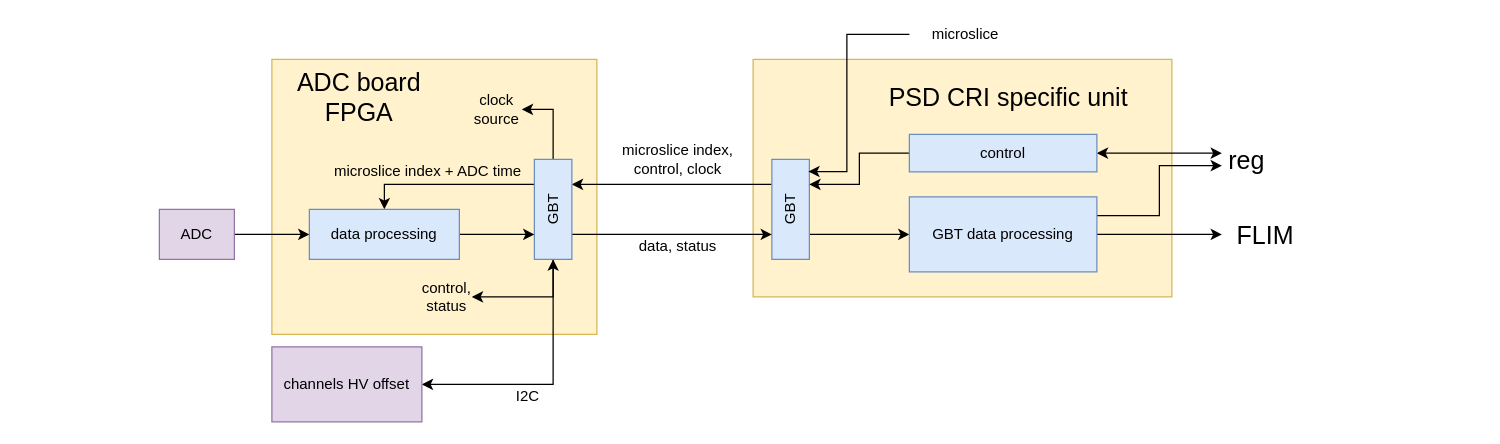
dfinogee/PSD-readout-manual keeps this draw.io diagram as CRI_PSD_spec.drawio. Above is the earlier version. Source tidied: cells renumbered, new cells numbered last; positions are measured from the earlier drawing's top-left corner, leaving out a move shared by most shapes. Both pictures are drawn from the tidied source at 125%, with x=0, y=0 at pixel (159, 21).
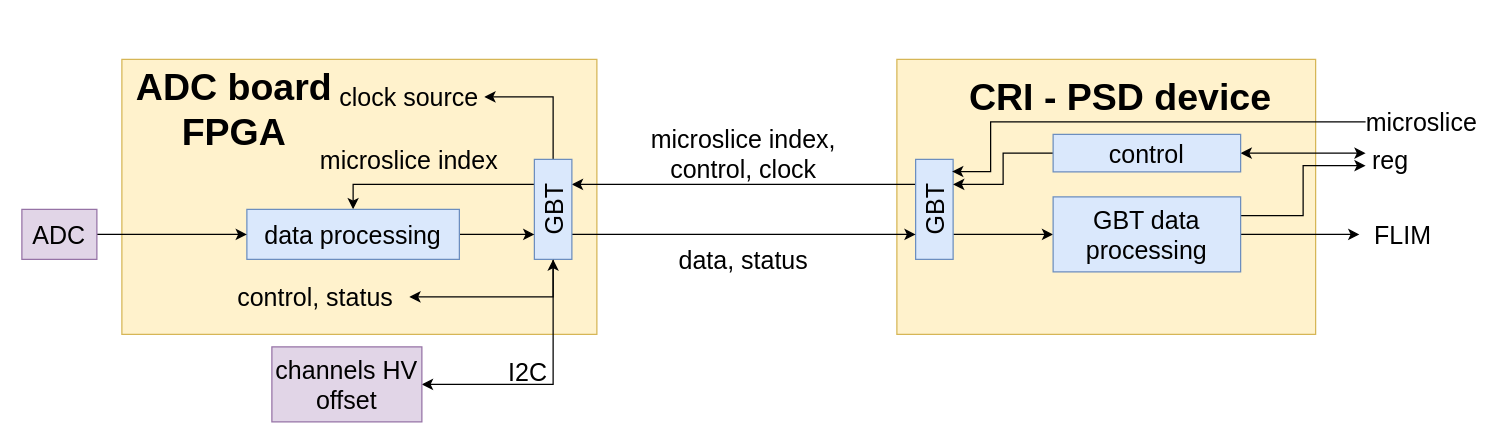
Above is the later version.

Commit message (it also covers changes not shown here):
ADC-CRI control strategy and communication described

What changed in the source:
```diff
@@
-    <mxCell id="2" style="rounded=0;whiteSpace=wrap;html=1;fontSize=12;fillColor=#fff2cc;strokeColor=#d6b656;" parent="1" vertex="1">
-      <mxGeometry x="475" y="30" width="335" height="190" as="geometry" />
+    <mxCell id="2" style="rounded=0;whiteSpace=wrap;html=1;fontSize=20;fillColor=#fff2cc;strokeColor=#d6b656;" parent="1" vertex="1">
+      <mxGeometry x="590" y="30" width="335" height="220" as="geometry" />
     </mxCell>
-    <mxCell id="3" style="rounded=0;whiteSpace=wrap;html=1;fillColor=#fff2cc;strokeColor=#d6b656;" parent="1" vertex="1">
-      <mxGeometry x="90" y="30" width="260" height="220" as="geometry" />
+    <mxCell id="3" style="rounded=0;whiteSpace=wrap;html=1;fillColor=#fff2cc;strokeColor=#d6b656;fontSize=20;" parent="1" vertex="1">
+      <mxGeometry x="-30" y="30" width="380" height="220" as="geometry" />
     </mxCell>
-    <mxCell id="4" style="edgeStyle=orthogonalEdgeStyle;rounded=0;jettySize=auto;html=1;exitX=0.75;exitY=0;exitDx=0;exitDy=0;entryX=0.75;entryY=1;entryDx=0;entryDy=0;" parent="1" edge="1" source="6" target="11">
+    <mxCell id="4" style="edgeStyle=orthogonalEdgeStyle;rounded=0;jettySize=auto;html=1;exitX=0.75;exitY=0;exitDx=0;exitDy=0;entryX=0.75;entryY=1;entryDx=0;entryDy=0;fontSize=20;" parent="1" edge="1" source="6" target="11">
       <mxGeometry relative="1" as="geometry" />
     </mxCell>
-    <mxCell id="5" style="edgeStyle=orthogonalEdgeStyle;rounded=0;jettySize=auto;html=1;exitX=0.25;exitY=1;exitDx=0;exitDy=0;startArrow=none;startFill=0;fontSize=12;" parent="1" edge="1" source="6" target="27">
+    <mxCell id="5" style="edgeStyle=orthogonalEdgeStyle;rounded=0;jettySize=auto;html=1;exitX=0.25;exitY=1;exitDx=0;exitDy=0;startArrow=none;startFill=0;fontSize=20;" parent="1" edge="1" source="6" target="27">
       <mxGeometry relative="1" as="geometry" />
     </mxCell>
-    <mxCell id="6" value="GBT" style="rounded=0;whiteSpace=wrap;html=1;rotation=-90;fillColor=#dae8fc;strokeColor=#6c8ebf;" parent="1" vertex="1">
-      <mxGeometry x="465" y="135" width="80" height="30" as="geometry" />
+    <mxCell id="6" value="GBT" style="rounded=0;whiteSpace=wrap;html=1;rotation=-90;fillColor=#dae8fc;strokeColor=#6c8ebf;fontSize=20;" parent="1" vertex="1">
+      <mxGeometry x="580" y="135" width="80" height="30" as="geometry" />
     </mxCell>
-    <mxCell id="7" style="edgeStyle=orthogonalEdgeStyle;rounded=0;jettySize=auto;html=1;exitX=0.25;exitY=1;exitDx=0;exitDy=0;entryX=0.25;entryY=0;entryDx=0;entryDy=0;" parent="1" edge="1" source="11" target="6">
+    <mxCell id="7" style="edgeStyle=orthogonalEdgeStyle;rounded=0;jettySize=auto;html=1;exitX=0.25;exitY=1;exitDx=0;exitDy=0;entryX=0.25;entryY=0;entryDx=0;entryDy=0;fontSize=20;" parent="1" edge="1" source="11" target="6">
       <mxGeometry relative="1" as="geometry" />
     </mxCell>
-    <mxCell id="8" style="edgeStyle=orthogonalEdgeStyle;rounded=0;jettySize=auto;html=1;exitX=0.75;exitY=0;exitDx=0;exitDy=0;entryX=0.5;entryY=0;entryDx=0;entryDy=0;" parent="1" edge="1" source="11" target="13">
+    <mxCell id="8" style="edgeStyle=orthogonalEdgeStyle;rounded=0;jettySize=auto;html=1;exitX=0.75;exitY=0;exitDx=0;exitDy=0;entryX=0.5;entryY=0;entryDx=0;entryDy=0;fontSize=20;" parent="1" edge="1" source="11" target="13">
       <mxGeometry relative="1" as="geometry" />
     </mxCell>
-    <mxCell id="9" style="edgeStyle=orthogonalEdgeStyle;rounded=0;jettySize=auto;html=1;exitX=1;exitY=0.5;exitDx=0;exitDy=0;entryX=1;entryY=0.5;entryDx=0;entryDy=0;fontSize=12;" parent="1" edge="1" source="11" target="17">
+    <mxCell id="9" style="edgeStyle=orthogonalEdgeStyle;rounded=0;jettySize=auto;html=1;exitX=1;exitY=0.5;exitDx=0;exitDy=0;entryX=1;entryY=0.5;entryDx=0;entryDy=0;fontSize=20;" parent="1" edge="1" source="11" target="17">
       <mxGeometry relative="1" as="geometry" />
     </mxCell>
-    <mxCell id="10" style="edgeStyle=orthogonalEdgeStyle;rounded=0;jettySize=auto;html=1;exitX=0;exitY=0.5;exitDx=0;exitDy=0;entryX=1;entryY=0.5;entryDx=0;entryDy=0;fontSize=12;" parent="1" edge="1" source="11" target="21">
+    <mxCell id="10" style="edgeStyle=orthogonalEdgeStyle;rounded=0;jettySize=auto;html=1;exitX=0;exitY=0.5;exitDx=0;exitDy=0;entryX=1;entryY=0.5;entryDx=0;entryDy=0;fontSize=20;" parent="1" edge="1" source="11" target="21">
       <mxGeometry relative="1" as="geometry" />
     </mxCell>
-    <mxCell id="11" value="GBT" style="rounded=0;whiteSpace=wrap;html=1;rotation=-90;fillColor=#dae8fc;strokeColor=#6c8ebf;" parent="1" vertex="1">
+    <mxCell id="11" value="GBT" style="rounded=0;whiteSpace=wrap;html=1;rotation=-90;fillColor=#dae8fc;strokeColor=#6c8ebf;fontSize=20;" parent="1" vertex="1">
       <mxGeometry x="275" y="135" width="80" height="30" as="geometry" />
     </mxCell>
-    <mxCell id="12" style="edgeStyle=orthogonalEdgeStyle;rounded=0;jettySize=auto;html=1;exitX=1;exitY=0.5;exitDx=0;exitDy=0;entryX=0.25;entryY=0;entryDx=0;entryDy=0;" parent="1" edge="1" source="13" target="11">
+    <mxCell id="12" style="edgeStyle=orthogonalEdgeStyle;rounded=0;jettySize=auto;html=1;exitX=1;exitY=0.5;exitDx=0;exitDy=0;entryX=0.25;entryY=0;entryDx=0;entryDy=0;fontSize=20;" parent="1" edge="1" source="13" target="11">
       <mxGeometry relative="1" as="geometry" />
     </mxCell>
-    <mxCell id="13" value="data processing" style="rounded=0;whiteSpace=wrap;html=1;fillColor=#dae8fc;strokeColor=#6c8ebf;" parent="1" vertex="1">
-      <mxGeometry x="120" y="150" width="120" height="40" as="geometry" />
+    <mxCell id="13" value="data processing" style="rounded=0;whiteSpace=wrap;html=1;fillColor=#dae8fc;strokeColor=#6c8ebf;fontSize=20;" parent="1" vertex="1">
+      <mxGeometry x="70" y="150" width="170" height="40" as="geometry" />
     </mxCell>
-    <mxCell id="14" style="edgeStyle=orthogonalEdgeStyle;rounded=0;jettySize=auto;html=1;exitX=1;exitY=0.5;exitDx=0;exitDy=0;entryX=0;entryY=0.5;entryDx=0;entryDy=0;" parent="1" edge="1" source="15" target="13">
+    <mxCell id="14" style="edgeStyle=orthogonalEdgeStyle;rounded=0;jettySize=auto;html=1;exitX=1;exitY=0.5;exitDx=0;exitDy=0;entryX=0;entryY=0.5;entryDx=0;entryDy=0;fontSize=20;" parent="1" edge="1" source="15" target="13">
       <mxGeometry relative="1" as="geometry" />
     </mxCell>
-    <mxCell id="15" value="ADC" style="rounded=0;whiteSpace=wrap;html=1;fillColor=#e1d5e7;strokeColor=#9673a6;" parent="1" vertex="1">
-      <mxGeometry y="150" width="60" height="40" as="geometry" />
+    <mxCell id="15" value="ADC" style="rounded=0;whiteSpace=wrap;html=1;fillColor=#e1d5e7;strokeColor=#9673a6;fontSize=20;" parent="1" vertex="1">
+      <mxGeometry x="-110" y="150" width="60" height="40" as="geometry" />
     </mxCell>
-    <mxCell id="16" value="microslice index + ADC time" style="text;html=1;strokeColor=none;fillColor=none;align=center;verticalAlign=middle;whiteSpace=wrap;rounded=0;" parent="1" vertex="1">
-      <mxGeometry x="130" y="110" width="170" height="20" as="geometry" />
+    <mxCell id="16" value="microslice index" style="text;html=1;strokeColor=none;fillColor=none;align=center;verticalAlign=middle;whiteSpace=wrap;rounded=0;fontSize=20;" parent="1" vertex="1">
+      <mxGeometry x="115" y="100" width="170" height="20" as="geometry" />
     </mxCell>
-    <mxCell id="17" value="clock source" style="text;html=1;strokeColor=none;fillColor=none;align=center;verticalAlign=middle;whiteSpace=wrap;rounded=0;" parent="1" vertex="1">
-      <mxGeometry x="250" y="60" width="40" height="20" as="geometry" />
+    <mxCell id="17" value="clock source" style="text;html=1;strokeColor=none;fillColor=none;align=center;verticalAlign=middle;whiteSpace=wrap;rounded=0;fontSize=20;" parent="1" vertex="1">
+      <mxGeometry x="140" y="50" width="120" height="20" as="geometry" />
     </mxCell>
-    <mxCell id="18" value="ADC board FPGA" style="text;html=1;strokeColor=none;fillColor=none;align=center;verticalAlign=middle;whiteSpace=wrap;rounded=0;fontSize=20;" parent="1" vertex="1">
-      <mxGeometry x="100" y="50" width="120" height="20" as="geometry" />
+    <mxCell id="18" value="ADC board FPGA" style="text;html=1;strokeColor=none;fillColor=none;align=center;verticalAlign=middle;whiteSpace=wrap;rounded=0;fontSize=30;fontStyle=1;" parent="1" vertex="1">
+      <mxGeometry x="-40" y="60" width="200" height="20" as="geometry" />
     </mxCell>
-    <mxCell id="19" value="microslice index, control, clock" style="text;html=1;strokeColor=none;fillColor=none;align=center;verticalAlign=middle;whiteSpace=wrap;rounded=0;fontSize=12;" parent="1" vertex="1">
-      <mxGeometry x="355" y="100" width="120" height="20" as="geometry" />
+    <mxCell id="19" value="microslice index, control, clock" style="text;html=1;strokeColor=none;fillColor=none;align=center;verticalAlign=middle;whiteSpace=wrap;rounded=0;fontSize=20;" parent="1" vertex="1">
+      <mxGeometry x="375" y="95" width="185" height="20" as="geometry" />
     </mxCell>
-    <mxCell id="20" value="data, status" style="text;html=1;strokeColor=none;fillColor=none;align=center;verticalAlign=middle;whiteSpace=wrap;rounded=0;fontSize=12;" parent="1" vertex="1">
-      <mxGeometry x="375" y="170" width="80" height="20" as="geometry" />
+    <mxCell id="20" value="data, status" style="text;html=1;strokeColor=none;fillColor=none;align=center;verticalAlign=middle;whiteSpace=wrap;rounded=0;fontSize=20;" parent="1" vertex="1">
+      <mxGeometry x="395" y="180" width="145" height="20" as="geometry" />
     </mxCell>
-    <mxCell id="21" value="channels HV offset" style="rounded=0;whiteSpace=wrap;html=1;fontSize=12;fillColor=#e1d5e7;strokeColor=#9673a6;" parent="1" vertex="1">
+    <mxCell id="21" value="channels HV offset" style="rounded=0;whiteSpace=wrap;html=1;fontSize=20;fillColor=#e1d5e7;strokeColor=#9673a6;" parent="1" vertex="1">
       <mxGeometry x="90" y="260" width="120" height="60" as="geometry" />
     </mxCell>
-    <mxCell id="22" style="edgeStyle=orthogonalEdgeStyle;rounded=0;jettySize=auto;html=1;exitX=1;exitY=0.5;exitDx=0;exitDy=0;entryX=0;entryY=0.5;entryDx=0;entryDy=0;fontSize=12;startArrow=classic;startFill=1;" parent="1" edge="1" source="23" target="11">
+    <mxCell id="22" style="edgeStyle=orthogonalEdgeStyle;rounded=0;jettySize=auto;html=1;exitX=1;exitY=0.5;exitDx=0;exitDy=0;entryX=0;entryY=0.5;entryDx=0;entryDy=0;fontSize=20;startArrow=classic;startFill=1;" parent="1" edge="1" source="23" target="11">
       <mxGeometry relative="1" as="geometry" />
     </mxCell>
-    <mxCell id="23" value="control, status" style="text;html=1;strokeColor=none;fillColor=none;align=center;verticalAlign=middle;whiteSpace=wrap;rounded=0;fontSize=12;" parent="1" vertex="1">
-      <mxGeometry x="210" y="210" width="40" height="20" as="geometry" />
+    <mxCell id="23" value="control, status" style="text;html=1;strokeColor=none;fillColor=none;align=center;verticalAlign=middle;whiteSpace=wrap;rounded=0;fontSize=20;" parent="1" vertex="1">
+      <mxGeometry x="50" y="210" width="150" height="20" as="geometry" />
     </mxCell>
-    <mxCell id="24" value="I2C" style="text;html=1;strokeColor=none;fillColor=none;align=center;verticalAlign=middle;whiteSpace=wrap;rounded=0;fontSize=12;" parent="1" vertex="1">
-      <mxGeometry x="275" y="290" width="40" height="20" as="geometry" />
+    <mxCell id="24" value="I2C" style="text;html=1;strokeColor=none;fillColor=none;align=center;verticalAlign=middle;whiteSpace=wrap;rounded=0;fontSize=20;" parent="1" vertex="1">
+      <mxGeometry x="275" y="270" width="40" height="20" as="geometry" />
     </mxCell>
@@
-    <mxCell id="27" value="GBT data processing" style="rounded=0;whiteSpace=wrap;html=1;fontSize=12;fillColor=#dae8fc;strokeColor=#6c8ebf;" parent="1" vertex="1">
-      <mxGeometry x="600" y="140" width="150" height="60" as="geometry" />
+    <mxCell id="27" value="GBT data processing" style="rounded=0;whiteSpace=wrap;html=1;fontSize=20;fillColor=#dae8fc;strokeColor=#6c8ebf;" parent="1" vertex="1">
+      <mxGeometry x="715" y="140" width="150" height="60" as="geometry" />
     </mxCell>
-    <mxCell id="28" style="edgeStyle=orthogonalEdgeStyle;rounded=0;jettySize=auto;html=1;exitX=0;exitY=0.5;exitDx=0;exitDy=0;entryX=0.75;entryY=1;entryDx=0;entryDy=0;startArrow=none;startFill=0;fontSize=12;" parent="1" edge="1" source="30" target="6">
+    <mxCell id="28" style="edgeStyle=orthogonalEdgeStyle;rounded=0;jettySize=auto;html=1;exitX=0;exitY=0.5;exitDx=0;exitDy=0;entryX=0.75;entryY=1;entryDx=0;entryDy=0;startArrow=none;startFill=0;fontSize=20;" parent="1" edge="1" source="30" target="6">
       <mxGeometry relative="1" as="geometry" />
     </mxCell>
@@
-    <mxCell id="30" value="control" style="rounded=0;whiteSpace=wrap;html=1;fontSize=12;fillColor=#dae8fc;strokeColor=#6c8ebf;" parent="1" vertex="1">
-      <mxGeometry x="600" y="90" width="150" height="30" as="geometry" />
+    <mxCell id="30" value="control" style="rounded=0;whiteSpace=wrap;html=1;fontSize=20;fillColor=#dae8fc;strokeColor=#6c8ebf;" parent="1" vertex="1">
+      <mxGeometry x="715" y="90" width="150" height="30" as="geometry" />
     </mxCell>
-    <mxCell id="31" style="edgeStyle=orthogonalEdgeStyle;rounded=0;jettySize=auto;html=1;exitX=0;exitY=0.5;exitDx=0;exitDy=0;entryX=0.878;entryY=0.973;entryDx=0;entryDy=0;startArrow=none;startFill=0;fontSize=12;entryPerimeter=0;" parent="1" edge="1" source="32" target="6">
+    <mxCell id="31" style="edgeStyle=orthogonalEdgeStyle;rounded=0;jettySize=auto;html=1;exitX=0;exitY=0.5;exitDx=0;exitDy=0;entryX=0.878;entryY=0.973;entryDx=0;entryDy=0;startArrow=none;startFill=0;fontSize=20;entryPerimeter=0;" parent="1" edge="1" source="32" target="6">
       <mxGeometry relative="1" as="geometry">
         <Array as="points">
-          <mxPoint x="550" y="10" />
-          <mxPoint x="550" y="120" />
+          <mxPoint x="665" y="80" />
+          <mxPoint x="665" y="120" />
         </Array>
       </mxGeometry>
     </mxCell>
-    <mxCell id="32" value="microslice" style="text;html=1;strokeColor=none;fillColor=none;align=center;verticalAlign=middle;whiteSpace=wrap;rounded=0;fontSize=12;" parent="1" vertex="1">
-      <mxGeometry x="600" width="90" height="20" as="geometry" />
+    <mxCell id="32" value="microslice" style="text;html=1;strokeColor=none;fillColor=none;align=center;verticalAlign=middle;whiteSpace=wrap;rounded=0;fontSize=20;" parent="1" vertex="1">
+      <mxGeometry x="965" y="70" width="90" height="20" as="geometry" />
     </mxCell>
-    <mxCell id="33" value="PSD CRI specific unit" style="text;html=1;strokeColor=none;fillColor=none;align=center;verticalAlign=middle;whiteSpace=wrap;rounded=0;fontSize=20;" parent="1" vertex="1">
-      <mxGeometry x="570" y="40" width="219" height="40" as="geometry" />
+    <mxCell id="33" value="CRI - PSD device" style="text;html=1;strokeColor=none;fillColor=none;align=center;verticalAlign=middle;whiteSpace=wrap;rounded=0;fontSize=30;fontStyle=1;" parent="1" vertex="1">
+      <mxGeometry x="630" y="40" width="278" height="40" as="geometry" />
     </mxCell>
     <mxCell id="34" value="reg" style="text;html=1;strokeColor=none;fillColor=none;align=center;verticalAlign=middle;whiteSpace=wrap;rounded=0;fontSize=20;" parent="1" vertex="1">
-      <mxGeometry x="850" y="100" width="40" height="20" as="geometry" />
+      <mxGeometry x="965" y="100" width="40" height="20" as="geometry" />
     </mxCell>
     <mxCell id="35" value="FLIM" style="text;html=1;strokeColor=none;fillColor=none;align=center;verticalAlign=middle;whiteSpace=wrap;rounded=0;fontSize=20;" parent="1" vertex="1">
-      <mxGeometry x="850" y="160" width="70" height="20" as="geometry" />
+      <mxGeometry x="960" y="160" width="70" height="20" as="geometry" />
     </mxCell>
```
